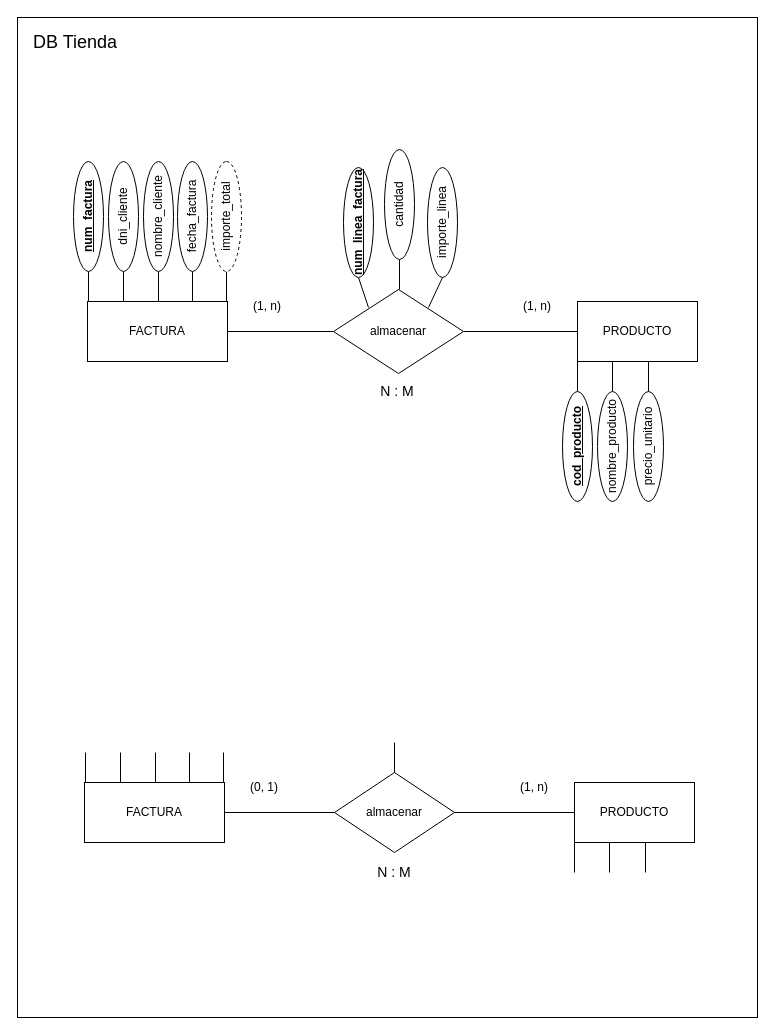
Before: src/BBDD/first_trimester/exercises/ejercicio1/ejercicio1_BBDD_ER.drawio in MLT93/UNIR, a draw.io diagram. Source tidied: cells renumbered, new cells numbered last; positions are measured from the earlier drawing's top-left corner, leaving out a move shared by most shapes. Both pictures are drawn from the tidied source at 100%, with x=0, y=0 at pixel (17, 17).
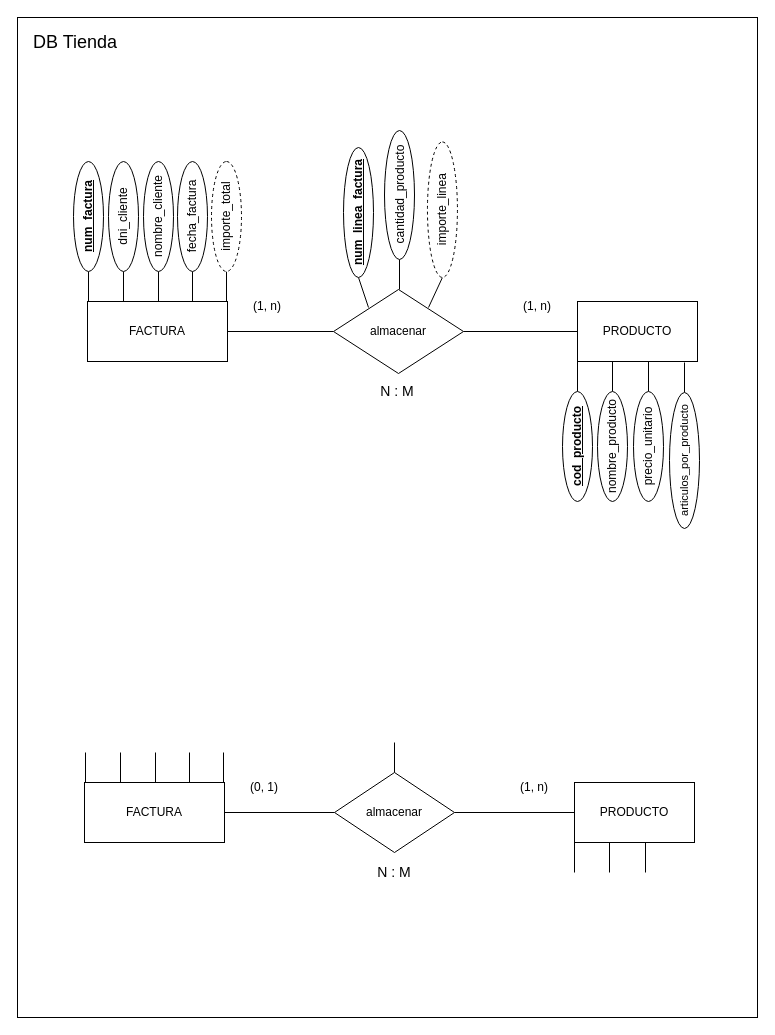
After the change.

Diff of the diagram source:
```diff
@@
     <mxCell id="46" value="&lt;b&gt;&lt;u&gt;num_linea_factura&lt;/u&gt;&lt;/b&gt;" style="ellipse;whiteSpace=wrap;html=1;rotation=-90;" parent="1" vertex="1">
-      <mxGeometry x="286" y="190" width="110" height="30" as="geometry" />
+      <mxGeometry x="276" y="180" width="130" height="30" as="geometry" />
     </mxCell>
@@
-    <mxCell id="48" value="cantidad" style="ellipse;whiteSpace=wrap;html=1;rotation=-90;" parent="1" vertex="1">
-      <mxGeometry x="327" y="172" width="110" height="30" as="geometry" />
+    <mxCell id="48" value="cantidad_producto" style="ellipse;whiteSpace=wrap;html=1;rotation=-90;" parent="1" vertex="1">
+      <mxGeometry x="317.5" y="162.5" width="129" height="30" as="geometry" />
     </mxCell>
@@
-    <mxCell id="50" value="importe_linea" style="ellipse;whiteSpace=wrap;html=1;rotation=-90;" parent="1" vertex="1">
-      <mxGeometry x="370" y="190" width="110" height="30" as="geometry" />
+    <mxCell id="50" value="importe_linea" style="ellipse;whiteSpace=wrap;html=1;rotation=-90;dashed=1;" parent="1" vertex="1">
+      <mxGeometry x="357.2" y="177.2" width="135.5" height="30" as="geometry" />
     </mxCell>
+    <mxCell id="51" style="endArrow=none;html=1;rounded=0;entryX=0;entryY=0.5;entryDx=0;entryDy=0;" parent="1" edge="1">
+      <mxGeometry relative="1" as="geometry">
+        <mxPoint x="667" y="375" as="sourcePoint" />
+        <mxPoint x="667" y="345" as="targetPoint" />
+      </mxGeometry>
+    </mxCell>
+    <mxCell id="52" value="&lt;span style=&quot;font-family: Arial; text-align: left; white-space-collapse: preserve; background-color: rgb(255, 255, 255);&quot;&gt;&lt;font style=&quot;font-size: 11px;&quot;&gt;articulos_por_producto&lt;/font&gt;&lt;/span&gt;" style="ellipse;whiteSpace=wrap;html=1;rotation=-90;" parent="1" vertex="1">
+      <mxGeometry x="599" y="428" width="136" height="30" as="geometry" />
+    </mxCell>
```
